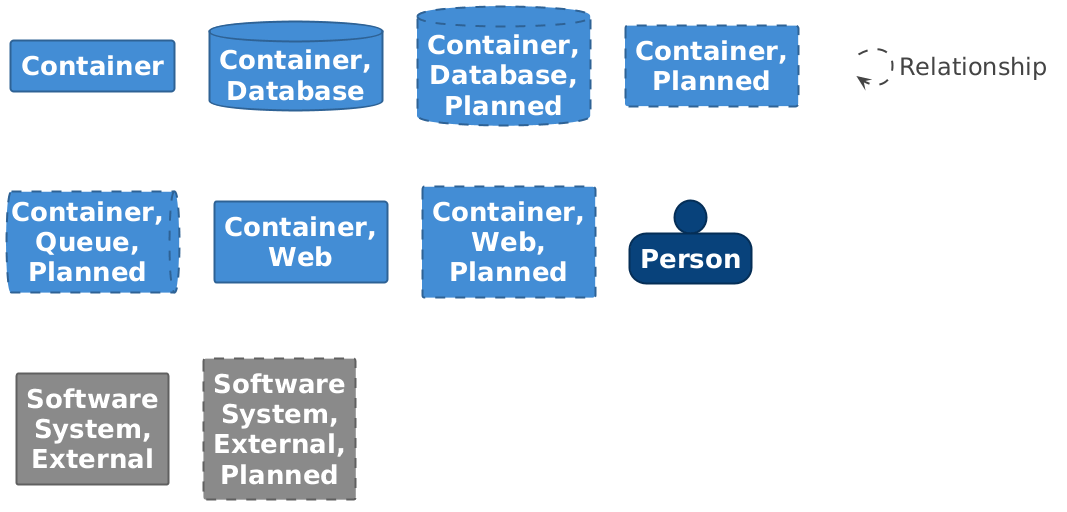
The PlantUML diagram documentation/c4/images/structurizr-Containers-key.png in raphaelkwek/event-planning-and-venue-booking-system, before a commit.
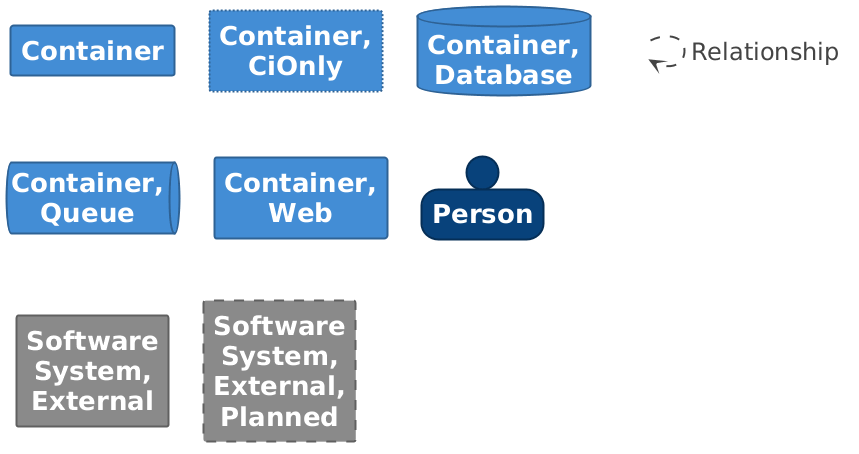
Above is the later version.

The edit, as a diff of the source:
```diff
@@ -20,6 +20,18 @@
     Shadowing: 0;
     MaximumWidth: 200;
   }
+  // Element,Container,CiOnly
+  .Element-RWxlbWVudCxDb250YWluZXIsQ2lPbmx5 {
+    BackgroundColor: #438dd5;
+    LineColor: #2e6295;
+    LineStyle: 2-2;
+    LineThickness: 2;
+    FontColor: #ffffff;
+    FontSize: 24;
+    HorizontalAlignment: center;
+    Shadowing: 0;
+    MaximumWidth: 200;
+  }
   // Element,Container,Database
   .Element-RWxlbWVudCxDb250YWluZXIsRGF0YWJhc2U= {
     BackgroundColor: #438dd5;
@@ -32,35 +44,11 @@
     Shadowing: 0;
     MaximumWidth: 200;
   }
-  // Element,Container,Database,Planned
-  .Element-RWxlbWVudCxDb250YWluZXIsRGF0YWJhc2UsUGxhbm5lZA== {
+  // Element,Container,Queue
+  .Element-RWxlbWVudCxDb250YWluZXIsUXVldWU= {
     BackgroundColor: #438dd5;
     LineColor: #2e6295;
-    LineStyle: 10-10;
-    LineThickness: 2;
-    FontColor: #ffffff;
-    FontSize: 24;
-    HorizontalAlignment: center;
-    Shadowing: 0;
-    MaximumWidth: 200;
-  }
-  // Element,Container,Planned
-  .Element-RWxlbWVudCxDb250YWluZXIsUGxhbm5lZA== {
-    BackgroundColor: #438dd5;
-    LineColor: #2e6295;
-    LineStyle: 10-10;
-    LineThickness: 2;
-    FontColor: #ffffff;
-    FontSize: 24;
-    HorizontalAlignment: center;
-    Shadowing: 0;
-    MaximumWidth: 200;
-  }
-  // Element,Container,Queue,Planned
-  .Element-RWxlbWVudCxDb250YWluZXIsUXVldWUsUGxhbm5lZA== {
-    BackgroundColor: #438dd5;
-    LineColor: #2e6295;
-    LineStyle: 10-10;
+    LineStyle: 0;
     LineThickness: 2;
     FontColor: #ffffff;
     FontSize: 24;
@@ -73,18 +61,6 @@
     BackgroundColor: #438dd5;
     LineColor: #2e6295;
     LineStyle: 0;
-    LineThickness: 2;
-    FontColor: #ffffff;
-    FontSize: 24;
-    HorizontalAlignment: center;
-    Shadowing: 0;
-    MaximumWidth: 200;
-  }
-  // Element,Container,Web,Planned
-  .Element-RWxlbWVudCxDb250YWluZXIsV2ViLFBsYW5uZWQ= {
-    BackgroundColor: #438dd5;
-    LineColor: #2e6295;
-    LineStyle: 10-10;
     LineThickness: 2;
     FontColor: #ffffff;
     FontSize: 24;
@@ -158,17 +134,13 @@
 
 rectangle "==Container" <<Element-RWxlbWVudCxDb250YWluZXI=>>
 
+rectangle "==Container, CiOnly" <<Element-RWxlbWVudCxDb250YWluZXIsQ2lPbmx5>>
+
 database "==Container, Database" <<Element-RWxlbWVudCxDb250YWluZXIsRGF0YWJhc2U=>>
 
-database "==Container, Database, Planned" <<Element-RWxlbWVudCxDb250YWluZXIsRGF0YWJhc2UsUGxhbm5lZA==>>
-
-rectangle "==Container, Planned" <<Element-RWxlbWVudCxDb250YWluZXIsUGxhbm5lZA==>>
-
-queue "==Container, Queue, Planned" <<Element-RWxlbWVudCxDb250YWluZXIsUXVldWUsUGxhbm5lZA==>>
+queue "==Container, Queue" <<Element-RWxlbWVudCxDb250YWluZXIsUXVldWU=>>
 
 rectangle "==Container, Web" <<Element-RWxlbWVudCxDb250YWluZXIsV2Vi>>
-
-rectangle "==Container, Web, Planned" <<Element-RWxlbWVudCxDb250YWluZXIsV2ViLFBsYW5uZWQ=>>
 
 person "==Person" <<Element-RWxlbWVudCxQZXJzb24=>>
 
```
